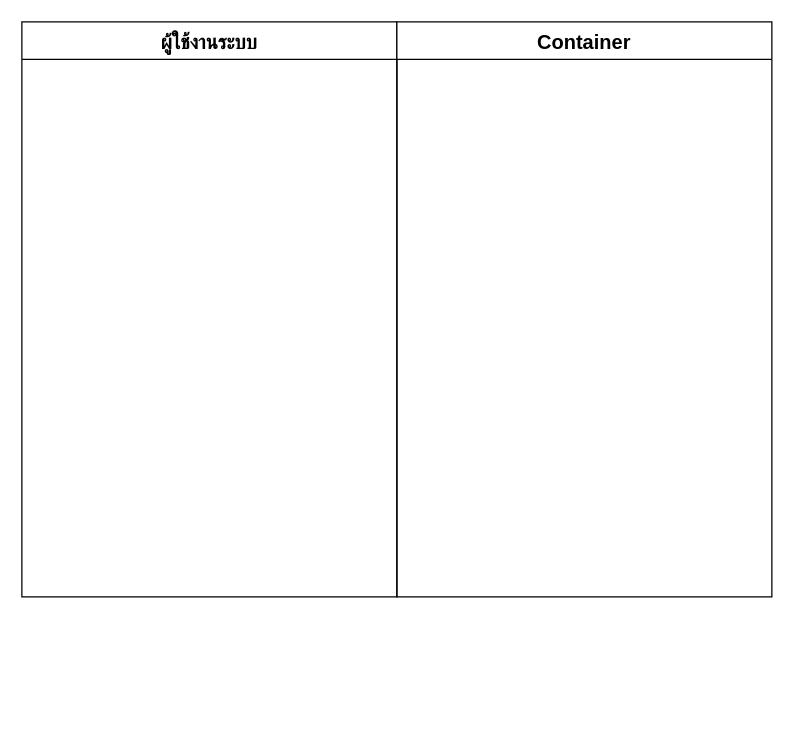
This is page "AVD_Login" (2 of 3) of Untitled Diagram.drawio from 64160106/projectfinal, a draw.io file, before an edit. Source tidied: cells renumbered, new cells numbered last; positions are measured from the earlier drawing's top-left corner, leaving out a move shared by most shapes. Both pictures are drawn from the tidied source at 125%, with x=0, y=0 at pixel (21, 21).
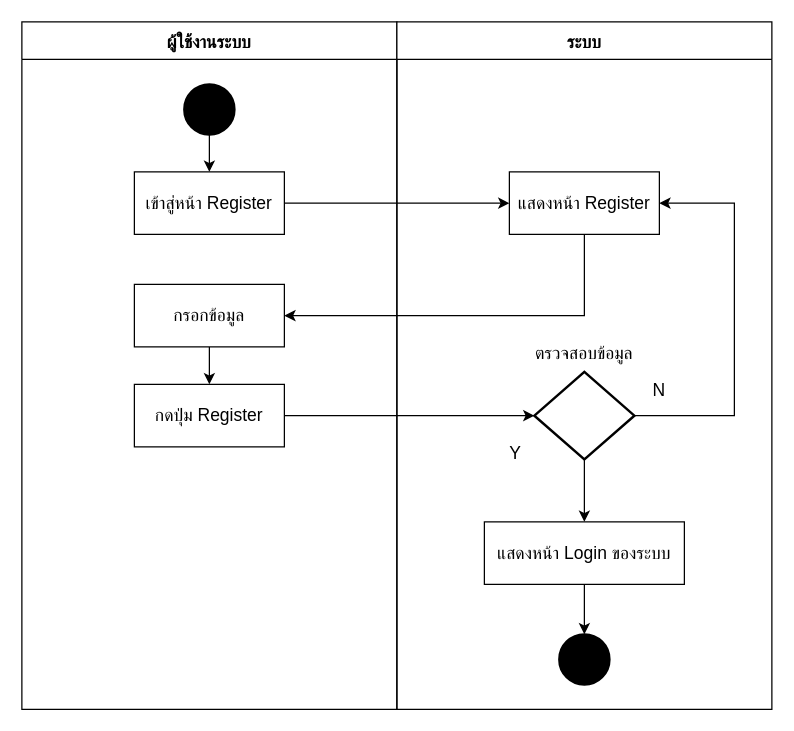
After the change.

What changed in the source:
```diff
@@
-    <mxCell id="2" value="ผู้ใช้งานระบบ" style="swimlane;startSize=30;fontSize=16;" parent="1" vertex="1">
-      <mxGeometry width="300" height="460" as="geometry" />
+    <mxCell id="2" value="ผู้ใช้งานระบบ" style="swimlane;startSize=30;fontSize=14;" parent="1" vertex="1">
+      <mxGeometry width="300" height="550" as="geometry" />
     </mxCell>
+    <mxCell id="4" style="edgeStyle=orthogonalEdgeStyle;rounded=0;jettySize=auto;html=1;exitX=0.5;exitY=1;exitDx=0;exitDy=0;exitPerimeter=0;entryX=0.5;entryY=0;entryDx=0;entryDy=0;" parent="2" edge="1" source="5" target="6">
+      <mxGeometry relative="1" as="geometry" />
+    </mxCell>
+    <mxCell id="5" style="strokeWidth=2;html=1;shape=mxgraph.flowchart.start_2;whiteSpace=wrap;fillColor=#000000;" parent="2" vertex="1">
+      <mxGeometry x="130" y="50" width="40" height="40" as="geometry" />
+    </mxCell>
+    <mxCell id="6" value="&lt;font style=&quot;font-size: 14px;&quot;&gt;เข้าสู่หน้า Register&lt;/font&gt;" style="rounded=0;whiteSpace=wrap;html=1;" parent="2" vertex="1">
+      <mxGeometry x="90" y="120" width="120" height="50" as="geometry" />
+    </mxCell>
+    <mxCell id="7" style="edgeStyle=orthogonalEdgeStyle;rounded=0;jettySize=auto;html=1;exitX=0.5;exitY=1;exitDx=0;exitDy=0;entryX=0.5;entryY=0;entryDx=0;entryDy=0;" parent="2" edge="1" source="8" target="9">
+      <mxGeometry relative="1" as="geometry" />
+    </mxCell>
+    <mxCell id="8" value="&lt;span style=&quot;font-size: 14px;&quot;&gt;กรอกข้อมูล&lt;/span&gt;" style="rounded=0;whiteSpace=wrap;html=1;" parent="2" vertex="1">
+      <mxGeometry x="90" y="210" width="120" height="50" as="geometry" />
+    </mxCell>
+    <mxCell id="9" value="&lt;span style=&quot;font-size: 14px;&quot;&gt;กดปุ่ม Register&lt;/span&gt;" style="rounded=0;whiteSpace=wrap;html=1;" parent="2" vertex="1">
+      <mxGeometry x="90" y="290" width="120" height="50" as="geometry" />
+    </mxCell>
-    <mxCell id="3" value="Container" style="swimlane;startSize=30;fontSize=16;" parent="1" vertex="1">
-      <mxGeometry x="300" width="300" height="460" as="geometry" />
+    <mxCell id="3" value="ระบบ" style="swimlane;startSize=30;fontSize=14;" parent="1" vertex="1">
+      <mxGeometry x="300" width="300" height="550" as="geometry" />
     </mxCell>
+    <mxCell id="10" value="&lt;span style=&quot;font-size: 14px;&quot;&gt;แสดงหน้า Register&lt;/span&gt;" style="rounded=0;whiteSpace=wrap;html=1;" parent="3" vertex="1">
+      <mxGeometry x="90" y="120" width="120" height="50" as="geometry" />
+    </mxCell>
+    <mxCell id="11" style="edgeStyle=orthogonalEdgeStyle;rounded=0;jettySize=auto;html=1;exitX=1;exitY=0.5;exitDx=0;exitDy=0;exitPerimeter=0;entryX=1;entryY=0.5;entryDx=0;entryDy=0;" parent="3" edge="1" source="13" target="10">
+      <mxGeometry relative="1" as="geometry">
+        <Array as="points">
+          <mxPoint x="270" y="315" />
+          <mxPoint x="270" y="145" />
+        </Array>
+      </mxGeometry>
+    </mxCell>
+    <mxCell id="12" style="edgeStyle=orthogonalEdgeStyle;rounded=0;jettySize=auto;html=1;exitX=0.5;exitY=1;exitDx=0;exitDy=0;exitPerimeter=0;entryX=0.5;entryY=0;entryDx=0;entryDy=0;" parent="3" edge="1" source="13" target="17">
+      <mxGeometry relative="1" as="geometry" />
+    </mxCell>
+    <mxCell id="13" style="strokeWidth=2;html=1;shape=mxgraph.flowchart.decision;whiteSpace=wrap;" parent="3" vertex="1">
+      <mxGeometry x="110" y="280" width="80" height="70" as="geometry" />
+    </mxCell>
+    <mxCell id="14" value="&lt;font style=&quot;font-size: 14px;&quot;&gt;ตรวจสอบข้อมูล&lt;/font&gt;" style="text;html=1;align=center;verticalAlign=middle;whiteSpace=wrap;rounded=0;" parent="3" vertex="1">
+      <mxGeometry x="100" y="250" width="100" height="30" as="geometry" />
+    </mxCell>
+    <mxCell id="15" value="&lt;font style=&quot;font-size: 14px;&quot;&gt;Y&lt;/font&gt;" style="text;html=1;align=center;verticalAlign=middle;whiteSpace=wrap;rounded=0;" parent="3" vertex="1">
+      <mxGeometry x="70" y="330" width="50" height="30" as="geometry" />
+    </mxCell>
+    <mxCell id="16" value="&lt;font style=&quot;font-size: 14px;&quot;&gt;N&lt;/font&gt;" style="text;html=1;align=center;verticalAlign=middle;whiteSpace=wrap;rounded=0;" parent="3" vertex="1">
+      <mxGeometry x="160" y="280" width="100" height="30" as="geometry" />
+    </mxCell>
+    <mxCell id="17" value="&lt;span style=&quot;font-size: 14px;&quot;&gt;แสดงหน้า Login ของระบบ&lt;/span&gt;" style="rounded=0;whiteSpace=wrap;html=1;" parent="3" vertex="1">
+      <mxGeometry x="70" y="400" width="160" height="50" as="geometry" />
+    </mxCell>
+    <mxCell id="18" style="strokeWidth=2;html=1;shape=mxgraph.flowchart.start_2;whiteSpace=wrap;fillColor=#000000;" parent="3" vertex="1">
+      <mxGeometry x="130" y="490" width="40" height="40" as="geometry" />
+    </mxCell>
+    <mxCell id="19" style="edgeStyle=orthogonalEdgeStyle;rounded=0;jettySize=auto;html=1;exitX=0.5;exitY=1;exitDx=0;exitDy=0;entryX=0.5;entryY=0;entryDx=0;entryDy=0;entryPerimeter=0;" parent="3" edge="1" source="17" target="18">
+      <mxGeometry relative="1" as="geometry" />
+    </mxCell>
+    <mxCell id="20" style="edgeStyle=orthogonalEdgeStyle;rounded=0;jettySize=auto;html=1;exitX=1;exitY=0.5;exitDx=0;exitDy=0;" parent="1" edge="1" source="6" target="10">
+      <mxGeometry relative="1" as="geometry" />
+    </mxCell>
+    <mxCell id="21" style="edgeStyle=orthogonalEdgeStyle;rounded=0;jettySize=auto;html=1;exitX=0.5;exitY=1;exitDx=0;exitDy=0;entryX=1;entryY=0.5;entryDx=0;entryDy=0;" parent="1" edge="1" source="10" target="8">
+      <mxGeometry relative="1" as="geometry" />
+    </mxCell>
+    <mxCell id="22" style="edgeStyle=orthogonalEdgeStyle;rounded=0;jettySize=auto;html=1;exitX=1;exitY=0.5;exitDx=0;exitDy=0;" parent="1" edge="1" source="9" target="13">
+      <mxGeometry relative="1" as="geometry" />
+    </mxCell>
```
